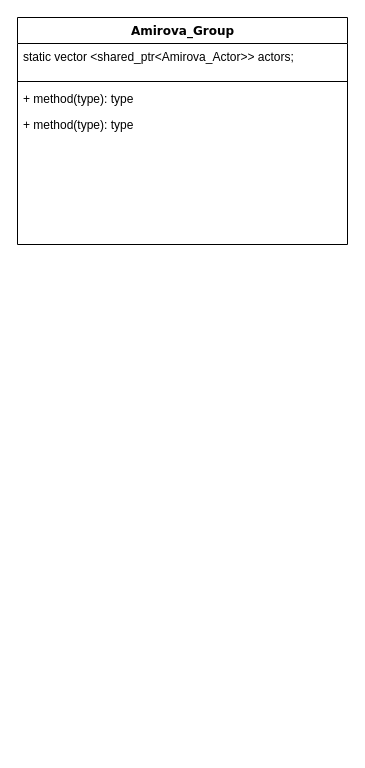
Before: Амирова_диаграмма.drawio in al1na-am1rova/Amirova_OPP_lab1, a draw.io diagram. Source tidied: cells renumbered, new cells numbered last; positions are measured from the earlier drawing's top-left corner, leaving out a move shared by most shapes. Both pictures are drawn from the tidied source at 100%, with x=0, y=0 at pixel (17, 17).
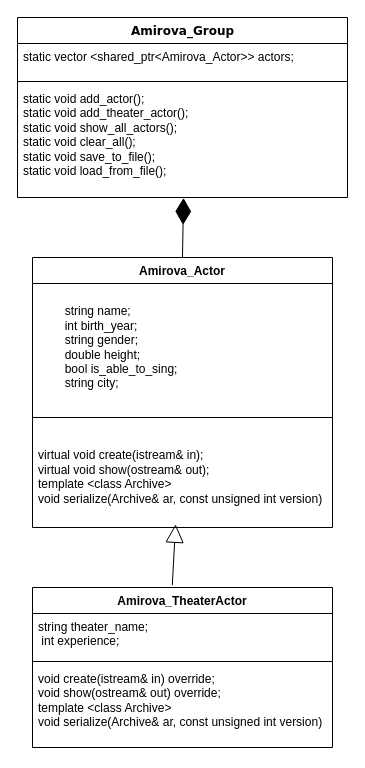
The same diagram, later.

What changed in the source:
```diff
@@
 <mxGraphModel>
   <root>
     <mxCell id="0" />
     <mxCell id="1" parent="0" />
     <mxCell id="2" value="Amirova_Group" style="swimlane;html=1;fontStyle=1;align=center;verticalAlign=top;horizontal=1;startSize=26;swimlaneFillColor=#ffffff;rounded=0;shadow=0;comic=0;labelBackgroundColor=none;strokeWidth=1;fillColor=none;fontFamily=Verdana;fontSize=12;" parent="1" vertex="1">
-      <mxGeometry width="330" height="227" as="geometry" />
+      <mxGeometry width="330" height="180" as="geometry" />
     </mxCell>
     <mxCell id="3" value="static vector &amp;lt;shared_ptr&amp;lt;Amirova_Actor&amp;gt;&amp;gt; actors;" style="text;html=1;strokeColor=none;fillColor=none;align=left;verticalAlign=top;spacingLeft=4;spacingRight=4;whiteSpace=wrap;overflow=hidden;" parent="2" vertex="1">
       <mxGeometry y="26" width="330" height="34" as="geometry" />
     </mxCell>
     <mxCell id="4" style="line;html=1;strokeWidth=1;fillColor=none;align=left;verticalAlign=middle;spacingTop=-1;spacingLeft=3;spacingRight=3;labelPosition=right;" parent="2" vertex="1">
       <mxGeometry y="60" width="330" height="8" as="geometry" />
     </mxCell>
-    <mxCell id="5" value="+ method(type): type" style="text;html=1;strokeColor=none;fillColor=none;align=left;verticalAlign=top;spacingLeft=4;spacingRight=4;whiteSpace=wrap;overflow=hidden;points=[[0,0.5],[1,0.5]];portConstraint=eastwest;" parent="2" vertex="1">
-      <mxGeometry y="68" width="330" height="26" as="geometry" />
+    <mxCell id="5" value="&lt;div&gt;static void add_actor();&lt;/div&gt;&lt;div&gt;static void add_theater_actor();&lt;/div&gt;&lt;div&gt;static void show_all_actors();&lt;/div&gt;&lt;div&gt;static void clear_all();&lt;/div&gt;&lt;div&gt;static void save_to_file();&lt;/div&gt;&lt;div&gt;static void load_from_file();&lt;/div&gt;" style="text;html=1;strokeColor=none;fillColor=none;align=left;verticalAlign=top;spacingLeft=4;spacingRight=4;whiteSpace=wrap;overflow=hidden;points=[[0,0.5],[1,0.5]];portConstraint=eastwest;" parent="2" vertex="1">
+      <mxGeometry y="68" width="330" height="112" as="geometry" />
     </mxCell>
-    <mxCell id="6" value="+ method(type): type" style="text;html=1;strokeColor=none;fillColor=none;align=left;verticalAlign=top;spacingLeft=4;spacingRight=4;whiteSpace=wrap;overflow=hidden;" parent="2" vertex="1">
-      <mxGeometry y="94" width="330" height="26" as="geometry" />
-    </mxCell>
+    <mxCell id="7" value="Amirova_Actor" style="swimlane;fontStyle=1;align=center;verticalAlign=top;horizontal=1;startSize=26;whiteSpace=wrap;html=1;" parent="1" vertex="1">
+      <mxGeometry x="15" y="240" width="300" height="270" as="geometry" />
+    </mxCell>
+    <mxCell id="8" value="&lt;div&gt;&lt;br&gt;&lt;/div&gt;&lt;div&gt;&lt;span style=&quot;white-space: normal;&quot;&gt;&lt;span style=&quot;white-space:pre&quot;&gt;&#9;&lt;/span&gt;string name;&lt;/span&gt;&lt;/div&gt;&lt;div&gt;&lt;span style=&quot;white-space: normal;&quot;&gt;&lt;span style=&quot;white-space:pre&quot;&gt;&#9;&lt;/span&gt;int birth_year;&lt;/span&gt;&lt;/div&gt;&lt;div&gt;&lt;span style=&quot;white-space: normal;&quot;&gt;&lt;span style=&quot;white-space:pre&quot;&gt;&#9;&lt;/span&gt;string gender;&lt;/span&gt;&lt;/div&gt;&lt;div&gt;&lt;span style=&quot;white-space: normal;&quot;&gt;&lt;span style=&quot;white-space:pre&quot;&gt;&#9;&lt;/span&gt;double height;&amp;nbsp;&lt;/span&gt;&lt;/div&gt;&lt;div&gt;&lt;span style=&quot;white-space: normal;&quot;&gt;&lt;span style=&quot;white-space:pre&quot;&gt;&#9;&lt;/span&gt;bool is_able_to_sing;&lt;/span&gt;&lt;/div&gt;&lt;div&gt;&lt;span style=&quot;white-space: normal;&quot;&gt;&lt;span style=&quot;white-space:pre&quot;&gt;&#9;&lt;/span&gt;string city;&lt;/span&gt;&lt;/div&gt;" style="text;strokeColor=none;fillColor=none;align=left;verticalAlign=top;spacingLeft=4;spacingRight=4;overflow=hidden;whiteSpace=wrap;html=1;" parent="7" vertex="1">
+      <mxGeometry y="26" width="300" height="124" as="geometry" />
+    </mxCell>
+    <mxCell id="9" style="line;strokeWidth=1;fillColor=none;align=left;verticalAlign=middle;spacingTop=-1;spacingLeft=3;spacingRight=3;labelPosition=right;strokeColor=inherit;" parent="7" vertex="1">
+      <mxGeometry y="150" width="300" height="20" as="geometry" />
+    </mxCell>
+    <mxCell id="10" value="&lt;div&gt;&lt;br&gt;&lt;/div&gt;&lt;div&gt;&lt;span style=&quot;white-space: normal;&quot;&gt;virtual void create(istream&amp;amp; in);&lt;/span&gt;&lt;/div&gt;&lt;div&gt;&lt;span style=&quot;white-space: normal;&quot;&gt;virtual void show(ostream&amp;amp; out);&lt;/span&gt;&lt;/div&gt;&lt;div&gt;&lt;div style=&quot;&quot;&gt;template &amp;lt;class Archive&amp;gt;&lt;/div&gt;&lt;div style=&quot;&quot;&gt;void serialize(Archive&amp;amp; ar, const unsigned int version)&lt;/div&gt;&lt;/div&gt;" style="text;strokeColor=none;fillColor=none;align=left;verticalAlign=top;spacingLeft=4;spacingRight=4;overflow=hidden;points=[[0,0.5],[1,0.5]];portConstraint=eastwest;whiteSpace=wrap;html=1;" parent="7" vertex="1">
+      <mxGeometry y="170" width="300" height="100" as="geometry" />
+    </mxCell>
+    <mxCell id="11" value="Amirova_TheaterActor" style="swimlane;fontStyle=1;align=center;verticalAlign=top;horizontal=1;startSize=26;whiteSpace=wrap;html=1;" parent="1" vertex="1">
+      <mxGeometry x="15" y="570" width="300" height="160" as="geometry" />
+    </mxCell>
+    <mxCell id="12" value="string theater_name;&#10; int experience;" style="text;strokeColor=none;fillColor=none;align=left;verticalAlign=top;spacingLeft=4;spacingRight=4;overflow=hidden;whiteSpace=wrap;html=1;" parent="11" vertex="1">
+      <mxGeometry y="26" width="300" height="44" as="geometry" />
+    </mxCell>
+    <mxCell id="13" style="line;strokeWidth=1;fillColor=none;align=left;verticalAlign=middle;spacingTop=-1;spacingLeft=3;spacingRight=3;labelPosition=right;strokeColor=inherit;" parent="11" vertex="1">
+      <mxGeometry y="70" width="300" height="8" as="geometry" />
+    </mxCell>
+    <mxCell id="14" value="&lt;div&gt;void create(istream&amp;amp; in) override;&lt;/div&gt;&lt;div&gt;void show(ostream&amp;amp; out) override;&lt;/div&gt;&lt;div&gt;&lt;div&gt;template &amp;lt;class Archive&amp;gt;&lt;/div&gt;&lt;div&gt;void serialize(Archive&amp;amp; ar, const unsigned int version)&lt;/div&gt;&lt;/div&gt;" style="text;strokeColor=none;fillColor=none;align=left;verticalAlign=top;spacingLeft=4;spacingRight=4;overflow=hidden;whiteSpace=wrap;html=1;" parent="11" vertex="1">
+      <mxGeometry y="78" width="300" height="82" as="geometry" />
+    </mxCell>
+    <mxCell id="15" style="endArrow=diamondThin;endFill=1;endSize=24;html=1;rounded=0;exitX=0.5;exitY=0;exitDx=0;exitDy=0;entryX=0.503;entryY=1.004;entryDx=0;entryDy=0;entryPerimeter=0;" parent="1" edge="1" source="7" target="5">
+      <mxGeometry relative="1" as="geometry" />
+    </mxCell>
+    <mxCell id="16" style="endArrow=block;endSize=16;endFill=0;html=1;rounded=0;exitX=0.466;exitY=-0.015;exitDx=0;exitDy=0;exitPerimeter=0;entryX=0.477;entryY=0.968;entryDx=0;entryDy=0;entryPerimeter=0;" parent="1" edge="1" source="11" target="10">
+      <mxGeometry relative="1" as="geometry" />
+    </mxCell>
   </root>
 </mxGraphModel>
```
